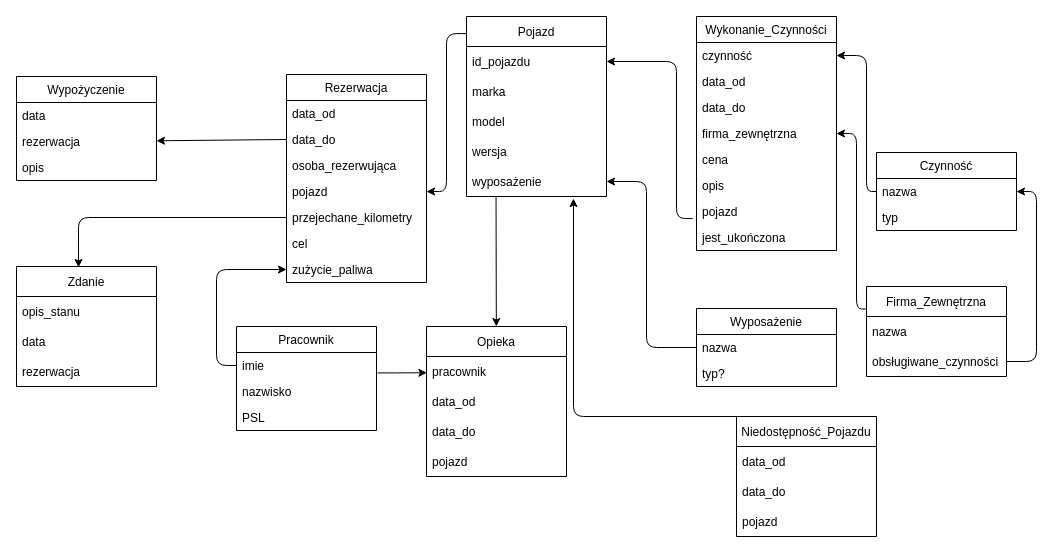
The draw.io diagram doc/klasy.drawio in swietjak/2022_TAB_S10_CIESLAK, before the edit. Source tidied: cells renumbered, new cells numbered last; positions are measured from the earlier drawing's top-left corner, leaving out a move shared by most shapes. Both pictures are drawn from the tidied source at 100%, with x=0, y=0 at pixel (16, 16).
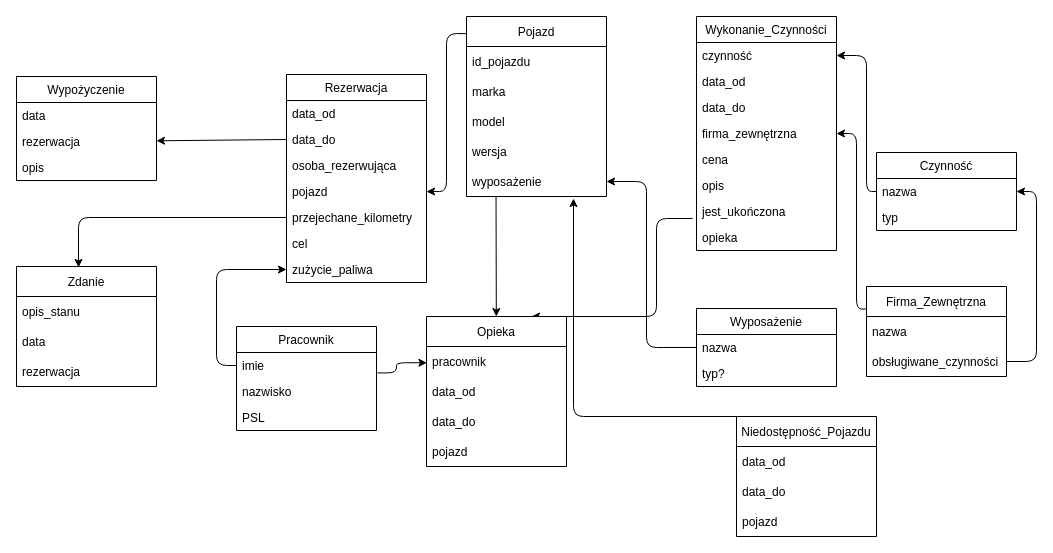
The same page after the edit.

The change refers to these unchanged cells:
```xml
<mxCell id="4" value="id_pojazdu" style="text;strokeColor=none;fillColor=none;align=left;verticalAlign=middle;spacingLeft=4;spacingRight=4;overflow=hidden;points=[[0,0.5],[1,0.5]];portConstraint=eastwest;" parent="3" vertex="1">
  <mxGeometry y="30" width="140" height="30" as="geometry" />
</mxCell>
<mxCell id="19" value="Wykonanie_Czynności" style="swimlane;fontStyle=0;horizontal=1;startSize=26;fillColor=none;" parent="1" vertex="1">
  <mxGeometry x="680" width="140" height="234" as="geometry" />
</mxCell>
```

The edit, as a diff of the source:
```diff
@@
-    <mxCell id="26" value="pojazd" style="text;strokeColor=none;fillColor=none;align=left;verticalAlign=top;spacingLeft=4;spacingRight=4;overflow=hidden;points=[[0,0.5],[1,0.5]];portConstraint=eastwest;" parent="19" vertex="1">
-      <mxGeometry y="182" width="140" height="26" as="geometry" />
-    </mxCell>
     <mxCell id="27" value="jest_ukończona" style="text;strokeColor=none;fillColor=none;align=left;verticalAlign=top;spacingLeft=4;spacingRight=4;overflow=hidden;" parent="19" vertex="1">
-      <mxGeometry y="208" width="140" height="26" as="geometry" />
+      <mxGeometry y="182" width="140" height="26" as="geometry" />
     </mxCell>
+    <mxCell id="67" value="opieka" style="text;strokeColor=none;fillColor=none;align=left;verticalAlign=top;spacingLeft=4;spacingRight=4;overflow=hidden;" parent="19" vertex="1">
+      <mxGeometry y="208" width="140" height="26" as="geometry" />
+    </mxCell>
@@
-    <mxCell id="40" style="edgeStyle=elbowEdgeStyle;elbow=horizontal;endArrow=classic;html=1;entryX=1;entryY=0.5;entryDx=0;entryDy=0;exitX=-0.028;exitY=0.77;exitDx=0;exitDy=0;exitPerimeter=0;" parent="1" edge="1" source="26" target="4">
+    <mxCell id="40" style="edgeStyle=elbowEdgeStyle;elbow=horizontal;endArrow=classic;html=1;exitX=-0.028;exitY=0.77;exitDx=0;exitDy=0;exitPerimeter=0;entryX=0.75;entryY=0;entryDx=0;entryDy=0;" parent="1" edge="1" target="52">
       <mxGeometry relative="1" as="geometry">
+        <mxPoint x="676.1" y="202" as="sourcePoint" />
         <Array as="points">
+          <mxPoint x="640" y="140" />
           <mxPoint x="660" y="140" />
           <mxPoint x="640" y="140" />
           <mxPoint x="630" y="170" />
           <mxPoint x="630" y="210" />
         </Array>
       </mxGeometry>
     </mxCell>
@@
     <mxCell id="52" value="Opieka" style="swimlane;fontStyle=0;horizontal=1;startSize=30;" parent="1" vertex="1">
-      <mxGeometry x="410" y="310" width="140" height="150" as="geometry" />
+      <mxGeometry x="410" y="300" width="140" height="150" as="geometry" />
     </mxCell>
```
